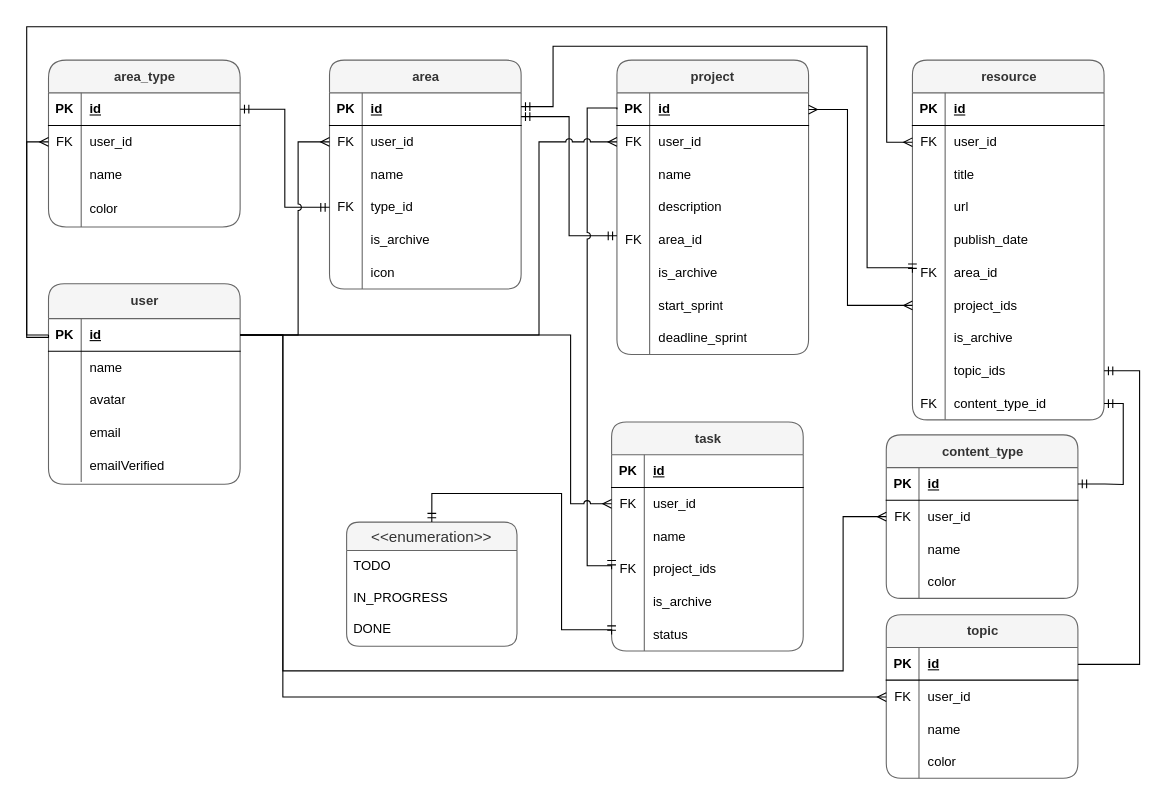
Before: Setala-App.drawio in yogiprsetya/app.diagrams.net, a draw.io diagram. Source tidied: cells renumbered, new cells numbered last; positions are measured from the earlier drawing's top-left corner, leaving out a move shared by most shapes. Both pictures are drawn from the tidied source at 109%, with x=0, y=0 at pixel (26, 26).
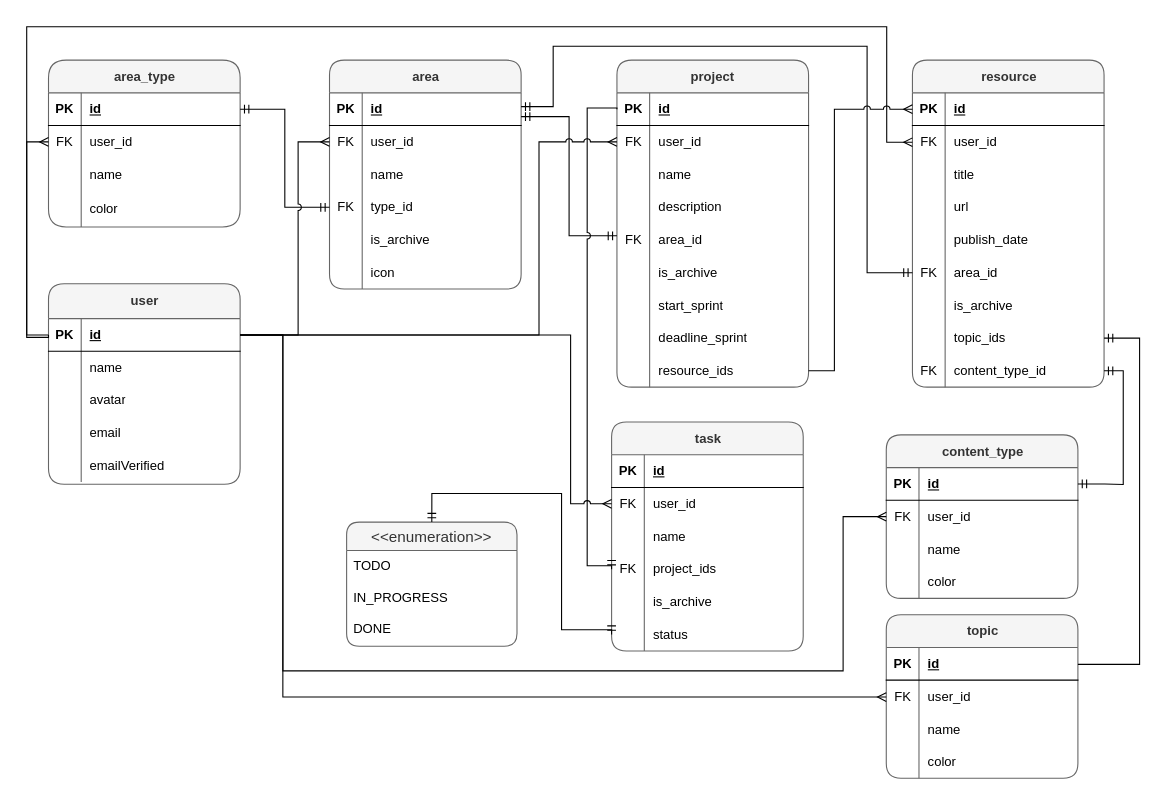
Above is the later version.

Unchanged cells that the change refers to:
```xml
<mxCell id="3" style="shape=tableRow;horizontal=0;startSize=0;swimlaneHead=0;swimlaneBody=0;fillColor=none;points=[[0,0.5],[1,0.5]];portConstraint=eastwest;top=0;left=0;right=0;bottom=1;" parent="2" vertex="1">
  <mxGeometry y="30" width="175.8" height="30" as="geometry" />
</mxCell>
<mxCell id="36" style="shape=tableRow;horizontal=0;startSize=0;swimlaneHead=0;swimlaneBody=0;fillColor=none;points=[[0,0.5],[1,0.5]];portConstraint=eastwest;top=0;left=0;right=0;bottom=1;" parent="35" vertex="1">
  <mxGeometry y="30" width="175.8" height="30" as="geometry" />
</mxCell>
<mxCell id="62" style="shape=tableRow;horizontal=0;startSize=0;swimlaneHead=0;swimlaneBody=0;fillColor=none;points=[[0,0.5],[1,0.5]];portConstraint=eastwest;top=0;left=0;right=0;bottom=1;" parent="61" vertex="1">
  <mxGeometry y="30" width="175.8" height="30" as="geometry" />
</mxCell>
<mxCell id="77" style="shape=tableRow;horizontal=0;startSize=0;swimlaneHead=0;swimlaneBody=0;fillColor=none;points=[[0,0.5],[1,0.5]];portConstraint=eastwest;top=0;left=0;right=0;bottom=0;" parent="61" vertex="1">
  <mxGeometry y="180" width="175.8" height="30" as="geometry" />
</mxCell>
<mxCell id="93" style="shape=tableRow;horizontal=0;startSize=0;swimlaneHead=0;swimlaneBody=0;fillColor=none;points=[[0,0.5],[1,0.5]];portConstraint=eastwest;top=0;left=0;right=0;bottom=1;" parent="92" vertex="1">
  <mxGeometry y="30" width="175.8" height="30" as="geometry" />
</mxCell>
```

What changed in the source:
```diff
@@
     <mxCell id="35" value="project" style="shape=table;startSize=30;childLayout=tableLayout;rowLines=0;fontStyle=1;align=center;html=1;rounded=1;fillColor=#f5f5f5;fontColor=#333333;strokeColor=#666666;" parent="1" vertex="1">
-      <mxGeometry x="541.5" y="30.7" width="175.8" height="270" as="geometry" />
+      <mxGeometry x="541.5" y="30.7" width="175.8" height="300" as="geometry" />
     </mxCell>
@@
+    <mxCell id="170" style="shape=tableRow;horizontal=0;startSize=0;swimlaneHead=0;swimlaneBody=0;fillColor=none;points=[[0,0.5],[1,0.5]];portConstraint=eastwest;top=0;left=0;right=0;bottom=0;" parent="35" vertex="1">
+      <mxGeometry y="270" width="175.8" height="30" as="geometry" />
+    </mxCell>
+    <mxCell id="81" style="shape=partialRectangle;fillColor=none;top=0;left=0;bottom=0;right=0;overflow=hidden;whiteSpace=wrap;html=1;" parent="170" vertex="1">
+      <mxGeometry width="30" height="30" as="geometry" />
+    </mxCell>
+    <mxCell id="171" value="resource_ids" style="shape=partialRectangle;fillColor=none;top=0;left=0;bottom=0;right=0;align=left;spacingLeft=6;overflow=hidden;whiteSpace=wrap;html=1;" parent="170" vertex="1">
+      <mxGeometry x="30" width="145.8" height="30" as="geometry" />
+    </mxCell>
@@
     <mxCell id="61" value="resource" style="shape=table;startSize=30;childLayout=tableLayout;rowLines=0;fontStyle=1;align=center;html=1;rounded=1;fillColor=#f5f5f5;fontColor=#333333;strokeColor=#666666;" parent="1" vertex="1">
-      <mxGeometry x="812.6" y="30.7" width="175.8" height="330" as="geometry" />
+      <mxGeometry x="812.6" y="30.7" width="175.8" height="300" as="geometry" />
     </mxCell>
@@
-    <mxCell id="80" style="shape=tableRow;horizontal=0;startSize=0;swimlaneHead=0;swimlaneBody=0;fillColor=none;points=[[0,0.5],[1,0.5]];portConstraint=eastwest;top=0;left=0;right=0;bottom=0;" parent="61" vertex="1">
-      <mxGeometry y="210" width="175.8" height="30" as="geometry" />
-    </mxCell>
-    <mxCell id="81" style="shape=partialRectangle;fillColor=none;top=0;left=0;bottom=0;right=0;overflow=hidden;whiteSpace=wrap;html=1;" parent="80" vertex="1">
-      <mxGeometry width="30" height="30" as="geometry" />
-    </mxCell>
-    <mxCell id="82" value="project_ids" style="shape=partialRectangle;fillColor=none;top=0;left=0;bottom=0;right=0;align=left;spacingLeft=6;overflow=hidden;whiteSpace=wrap;html=1;" parent="80" vertex="1">
-      <mxGeometry x="30" width="145.8" height="30" as="geometry" />
-    </mxCell>
     <mxCell id="83" style="shape=tableRow;horizontal=0;startSize=0;swimlaneHead=0;swimlaneBody=0;fillColor=none;top=0;left=0;right=0;bottom=0;" parent="61" vertex="1">
-      <mxGeometry y="240" width="175.8" height="30" as="geometry" />
+      <mxGeometry y="210" width="175.8" height="30" as="geometry" />
     </mxCell>
@@
     <mxCell id="86" style="shape=tableRow;horizontal=0;startSize=0;swimlaneHead=0;swimlaneBody=0;fillColor=none;points=[[0,0.5],[1,0.5]];portConstraint=eastwest;top=0;left=0;right=0;bottom=0;" parent="61" vertex="1">
-      <mxGeometry y="270" width="175.8" height="30" as="geometry" />
+      <mxGeometry y="240" width="175.8" height="30" as="geometry" />
     </mxCell>
@@
     <mxCell id="89" style="shape=tableRow;horizontal=0;startSize=0;swimlaneHead=0;swimlaneBody=0;fillColor=none;points=[[0,0.5],[1,0.5]];portConstraint=eastwest;top=0;left=0;right=0;bottom=0;" parent="61" vertex="1">
-      <mxGeometry y="300" width="175.8" height="30" as="geometry" />
+      <mxGeometry y="270" width="175.8" height="30" as="geometry" />
     </mxCell>
@@
     <mxCell id="105" style="fontSize=12;html=1;endArrow=none;startArrow=ERmandOne;rounded=0;exitX=1;exitY=0.5;exitDx=0;exitDy=0;endFill=0;startFill=0;edgeStyle=orthogonalEdgeStyle;" parent="1" edge="1" source="86" target="93">
       <mxGeometry relative="1" as="geometry">
         <Array as="points">
-          <mxPoint x="1021" y="316" />
+          <mxPoint x="1021" y="286" />
           <mxPoint x="1021" y="585" />
         </Array>
       </mxGeometry>
     </mxCell>
-    <mxCell id="106" style="edgeStyle=orthogonalEdgeStyle;fontSize=12;html=1;endArrow=ERmany;startArrow=ERmany;rounded=0;exitX=0;exitY=0.5;exitDx=0;exitDy=0;" parent="1" edge="1" source="80" target="36">
-      <mxGeometry relative="1" as="geometry">
-        <Array as="points">
-          <mxPoint x="753" y="256" />
-          <mxPoint x="753" y="76" />
-        </Array>
-      </mxGeometry>
-    </mxCell>
@@
     <mxCell id="131" style="fontSize=12;html=1;endArrow=ERmandOne;startArrow=ERmandOne;rounded=0;exitX=0;exitY=0.5;exitDx=0;exitDy=0;entryX=1;entryY=0.42;entryDx=0;entryDy=0;edgeStyle=orthogonalEdgeStyle;startFill=0;endFill=0;entryPerimeter=0;" parent="1" edge="1" source="77" target="3">
       <mxGeometry relative="1" as="geometry">
         <Array as="points">
-          <mxPoint x="771" y="221.1" />
+          <mxPoint x="771" y="226" />
           <mxPoint x="771" y="18" />
-          <mxPoint x="482.9" y="18" />
-          <mxPoint x="482.9" y="72.7" />
+          <mxPoint x="483" y="18" />
+          <mxPoint x="483" y="73" />
         </Array>
       </mxGeometry>
     </mxCell>
@@
+    <mxCell id="106" style="fontSize=12;html=1;endArrow=none;startArrow=ERmany;rounded=0;exitX=0;exitY=0.5;exitDx=0;exitDy=0;entryX=1;entryY=0.5;entryDx=0;entryDy=0;edgeStyle=orthogonalEdgeStyle;jumpStyle=arc;startFill=0;endFill=0;" parent="1" edge="1" source="62" target="170">
+      <mxGeometry relative="1" as="geometry">
+        <Array as="points">
+          <mxPoint x="741" y="76" />
+          <mxPoint x="741" y="316" />
+        </Array>
+      </mxGeometry>
+    </mxCell>
```
